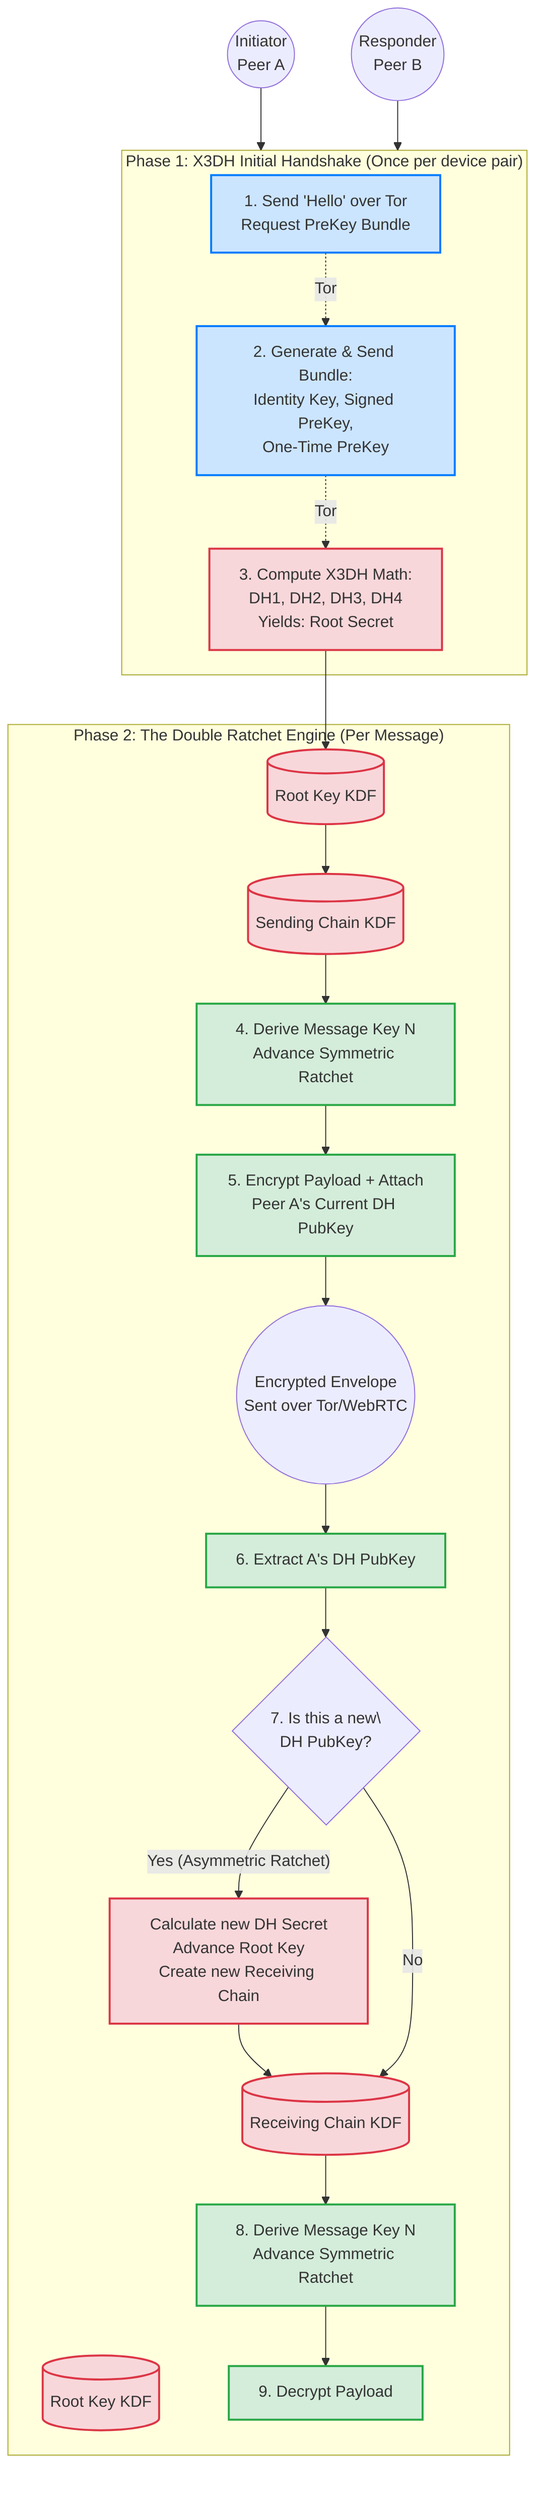
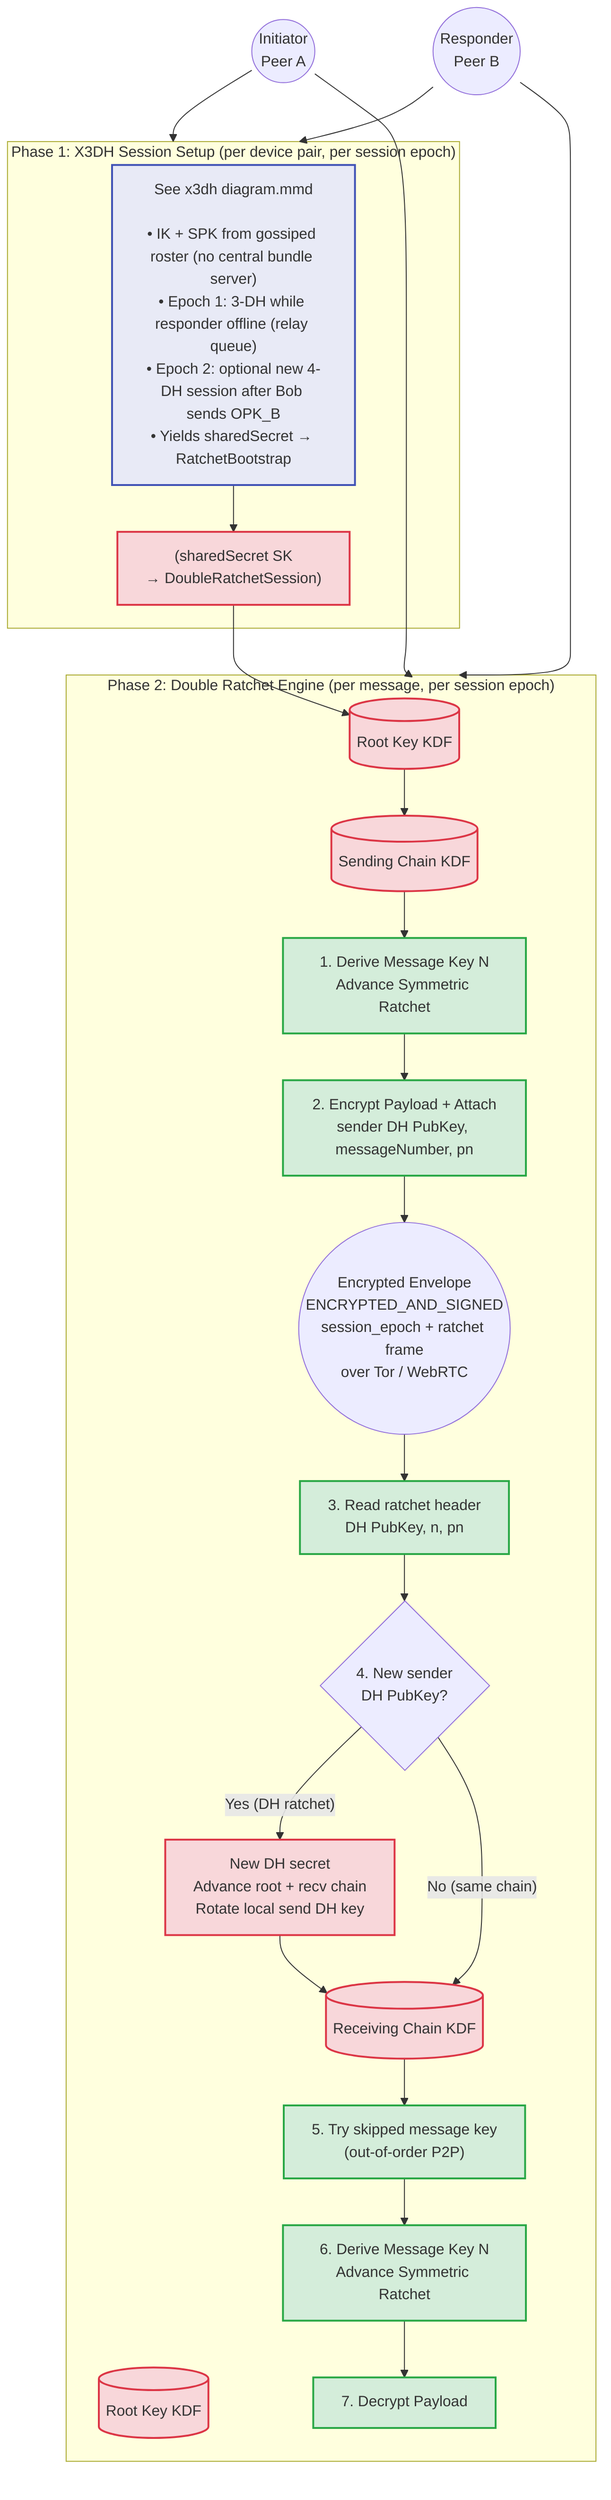
flowchart TD
%% Styling
    classDef handshake fill:#cce5ff,stroke:#007bff,stroke-width:2px;
    classDef ratchet fill:#d4edda,stroke:#28a745,stroke-width:2px;
    classDef crypto fill:#f8d7da,stroke:#dc3545,stroke-width:2px;
+     classDef ref fill:#e8eaf6,stroke:#3f51b5,stroke-width:2px;

%% Actors
    Init((Initiator\nPeer A))
    Resp((Responder\nPeer B))

%% ==========================================
- %% PHASE 1: THE X3DH HANDSHAKE
+ %% PHASE 1: X3DH (SEE DEDICATED DIAGRAM)
%% ==========================================
-     subgraph Handshake ["Phase 1: X3DH Initial Handshake (Once per device pair)"]
-         ReqBundle[1. Send 'Hello' over Tor\nRequest PreKey Bundle]:::handshake
+     subgraph X3DH ["Phase 1: X3DH Session Setup (per device pair, per session epoch)"]
+         X3DHRef["See x3dh diagram.mmd\n\n• IK + SPK from gossiped roster (no central bundle server)\n• Epoch 1: 3-DH while responder offline (relay queue)\n• Epoch 2: optional new 4-DH session after Bob sends OPK_B\n• Yields sharedSecret → RatchetBootstrap"]:::ref

-         GenBundle[2. Generate & Send Bundle:\nIdentity Key, Signed PreKey,\nOne-Time PreKey]:::handshake
- 
-         ComputeX3DH[3. Compute X3DH Math:\nDH1, DH2, DH3, DH4\nYields: Root Secret]:::crypto
- 
-         ReqBundle -. "Tor" .-> GenBundle
-         GenBundle -. "Tor" .-> ComputeX3DH
+         SKOut["(sharedSecret SK\n→ DoubleRatchetSession)"]:::crypto
+         X3DHRef --> SKOut
    end

-     Init --> Handshake
-     Resp --> Handshake
+     Init --> X3DH
+     Resp --> X3DH

%% ==========================================
%% PHASE 2: THE DOUBLE RATCHET
%% ==========================================
-     subgraph DoubleRatchet ["Phase 2: The Double Ratchet Engine (Per Message)"]
+     subgraph DoubleRatchet ["Phase 2: Double Ratchet Engine (per message, per session epoch)"]

    %% Sender Side (Peer A)
        RootA[(Root Key KDF)]:::crypto
        SendChainA[(Sending Chain KDF)]:::crypto
-         GenMsgKeyA[4. Derive Message Key N\nAdvance Symmetric Ratchet]:::ratchet
-         Encrypt[5. Encrypt Payload + Attach\nPeer A's Current DH PubKey]:::ratchet
+         GenMsgKeyA[1. Derive Message Key N\nAdvance Symmetric Ratchet]:::ratchet
+         Encrypt[2. Encrypt Payload + Attach\nsender DH PubKey, messageNumber, pn]:::ratchet

-         ComputeX3DH --> RootA
+         SKOut --> RootA
        RootA --> SendChainA --> GenMsgKeyA --> Encrypt

    %% The Network Transfer
-         Transfer((Encrypted Envelope\nSent over Tor/WebRTC))
+         Transfer((Encrypted Envelope\nENCRYPTED_AND_SIGNED\nsession_epoch + ratchet frame\nover Tor / WebRTC))
        Encrypt --> Transfer

    %% Receiver Side (Peer B)
-         Transfer --> ExtractKey[6. Extract A's DH PubKey]:::ratchet
+         Transfer --> ExtractKey[3. Read ratchet header\nDH PubKey, n, pn]:::ratchet

        RootB[(Root Key KDF)]:::crypto
        RecvChainB[(Receiving Chain KDF)]:::crypto

-         ExtractKey --> DHRatchetB{7. Is this a new\\nDH PubKey?}
+         ExtractKey --> DHRatchetB{4. New sender\nDH PubKey?}

    %% The Asymmetric Ratchet Step
-         DHRatchetB -- "Yes (Asymmetric Ratchet)" --> AdvanceRootB[Calculate new DH Secret\nAdvance Root Key\nCreate new Receiving Chain]:::crypto
+         DHRatchetB -- "Yes (DH ratchet)" --> AdvanceRootB[New DH secret\nAdvance root + recv chain\nRotate local send DH key]:::crypto
        AdvanceRootB --> RecvChainB

    %% The Symmetric Ratchet Step
-         DHRatchetB -- "No" --> RecvChainB
+         DHRatchetB -- "No (same chain)" --> RecvChainB

-         GenMsgKeyB[8. Derive Message Key N\nAdvance Symmetric Ratchet]:::ratchet
-         Decrypt[9. Decrypt Payload]:::ratchet
+         TrySkipped["5. Try skipped message key\n(out-of-order P2P)"]:::ratchet
+         RecvChainB --> TrySkipped
+         GenMsgKeyB[6. Derive Message Key N\nAdvance Symmetric Ratchet]:::ratchet
+         Decrypt[7. Decrypt Payload]:::ratchet

-         RecvChainB --> GenMsgKeyB --> Decrypt
-     end+         TrySkipped --> GenMsgKeyB --> Decrypt
+     end
+ 
+     Resp --> DoubleRatchet
+     Init --> DoubleRatchet
